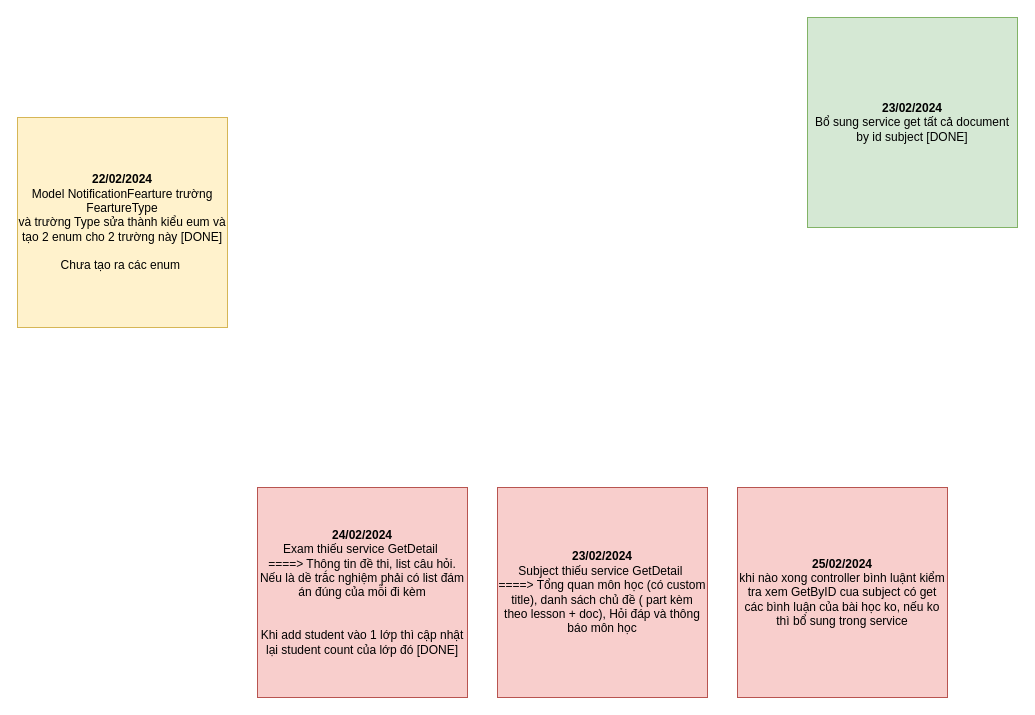
Earlier version of the draw.io diagram page "Note" (3 of 3) of Internship_BACKEND_2024_02_02.01.2024_LamSamChan_LMS - Elibrary_Diagram.drawio (LamSamChan/LMS_ELibrary_BE_Intern_Alta). Source tidied: cells renumbered, new cells numbered last; positions are measured from the earlier drawing's top-left corner, leaving out a move shared by most shapes. Both pictures are drawn from the tidied source at 100%, with x=0, y=0 at pixel (17, 17).
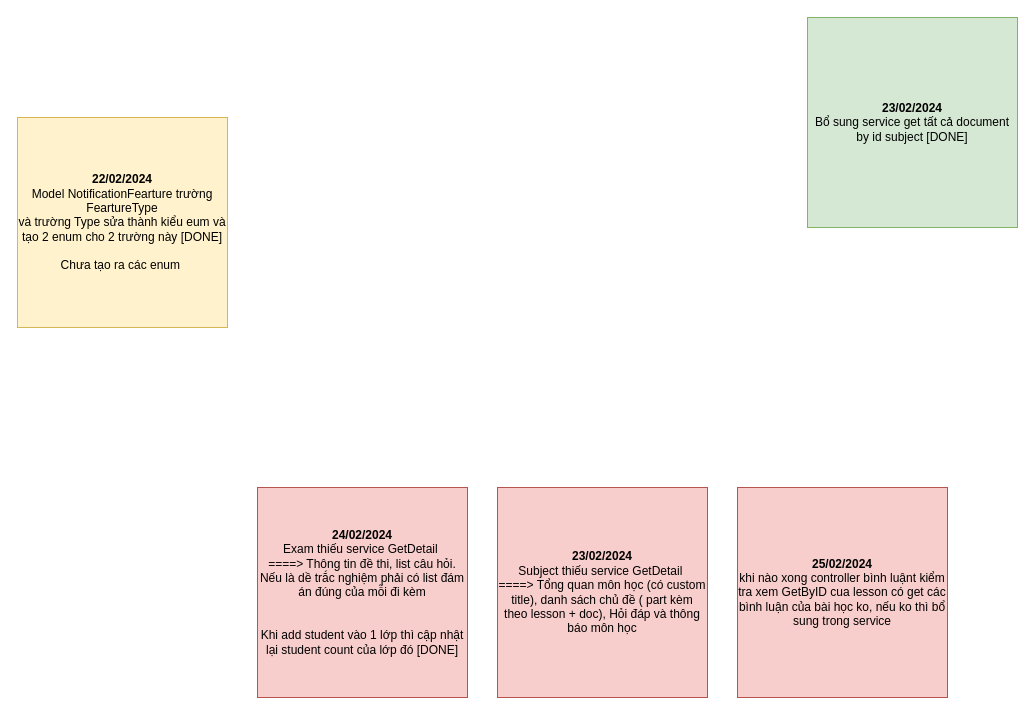
The same diagram, later.

Change to the diagram source:
```diff
@@
 <mxGraphModel>
   <root>
     <mxCell id="0" />
     <mxCell id="1" parent="0" />
     <mxCell id="2" value="&lt;b&gt;22/02/2024&lt;br&gt;&lt;/b&gt;Model NotificationFearture trường FeartureType&lt;br&gt;và trường Type sửa thành kiểu eum và tạo 2 enum cho 2 trường này [DONE]&lt;br&gt;&lt;br&gt;Chưa tạo ra các enum&amp;nbsp;" style="whiteSpace=wrap;html=1;fillColor=#fff2cc;strokeColor=#d6b656;" parent="1" vertex="1">
       <mxGeometry y="100" width="210" height="210" as="geometry" />
     </mxCell>
     <mxCell id="3" value="&lt;b&gt;23/02/2024&lt;br&gt;&lt;/b&gt;Bổ sung service get tất cả document by id subject [DONE]" style="whiteSpace=wrap;html=1;fillColor=#d5e8d4;strokeColor=#82b366;" parent="1" vertex="1">
       <mxGeometry x="790" width="210" height="210" as="geometry" />
     </mxCell>
     <mxCell id="4" value="&lt;b&gt;23/02/2024&lt;br&gt;&lt;/b&gt;Subject thiếu service GetDetail&amp;nbsp;&lt;br&gt;====&amp;gt; Tổng quan môn học (có custom title), danh sách chủ đề ( part kèm theo lesson + doc), Hỏi đáp và thông báo môn học" style="whiteSpace=wrap;html=1;fillColor=#f8cecc;strokeColor=#b85450;" parent="1" vertex="1">
       <mxGeometry x="480" y="470" width="210" height="210" as="geometry" />
     </mxCell>
     <mxCell id="5" value="&lt;b&gt;24/02/2024&lt;br&gt;&lt;/b&gt;Exam thiếu service GetDetail&amp;nbsp;&lt;br&gt;====&amp;gt; Thông tin đề thi, list câu hỏi. Nếu là dề trắc nghiệm phải có list đám án đúng của mỗi đi kèm&lt;br&gt;&lt;br&gt;&lt;br&gt;Khi add student vào 1 lớp thì cập nhật lại student count của lớp đó [DONE]" style="whiteSpace=wrap;html=1;fillColor=#f8cecc;strokeColor=#b85450;" parent="1" vertex="1">
       <mxGeometry x="240" y="470" width="210" height="210" as="geometry" />
     </mxCell>
-    <mxCell id="6" value="&lt;b&gt;25/02/2024&lt;br&gt;&lt;/b&gt;khi nào xong controller bình luậnt kiểm tra xem GetByID cua subject có get các bình luận của bài học ko, nếu ko thì bổ sung trong service" style="whiteSpace=wrap;html=1;fillColor=#f8cecc;strokeColor=#b85450;" parent="1" vertex="1">
+    <mxCell id="6" value="&lt;b&gt;25/02/2024&lt;br&gt;&lt;/b&gt;khi nào xong controller bình luậnt kiểm tra xem GetByID cua lesson có get các bình luận của bài học ko, nếu ko thì bổ sung trong service" style="whiteSpace=wrap;html=1;fillColor=#f8cecc;strokeColor=#b85450;" parent="1" vertex="1">
       <mxGeometry x="720" y="470" width="210" height="210" as="geometry" />
     </mxCell>
   </root>
 </mxGraphModel>
```
